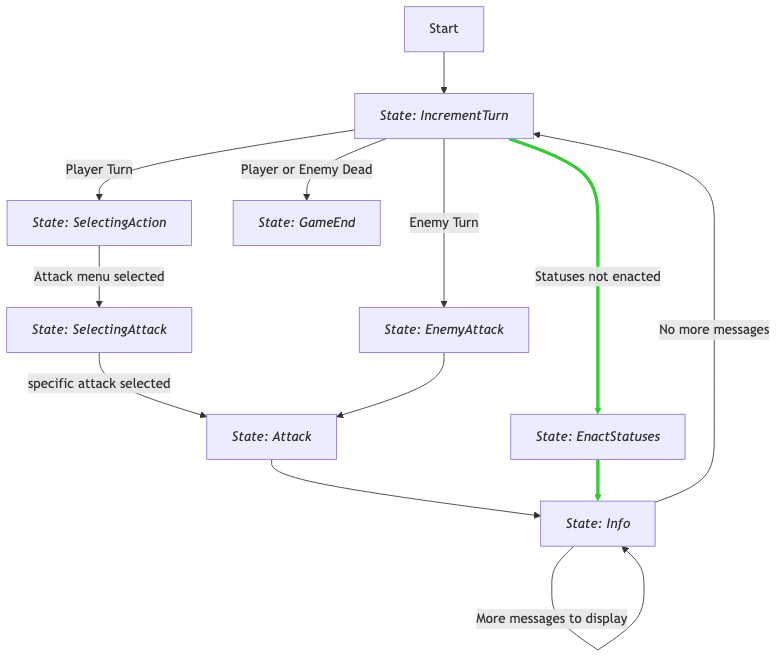
The Mermaid diagram docs/state_diagram.png in JakeTaussig/rpg-rougelike, before a commit. Its source is kept beside it as docs/state_diagram.mermaid.
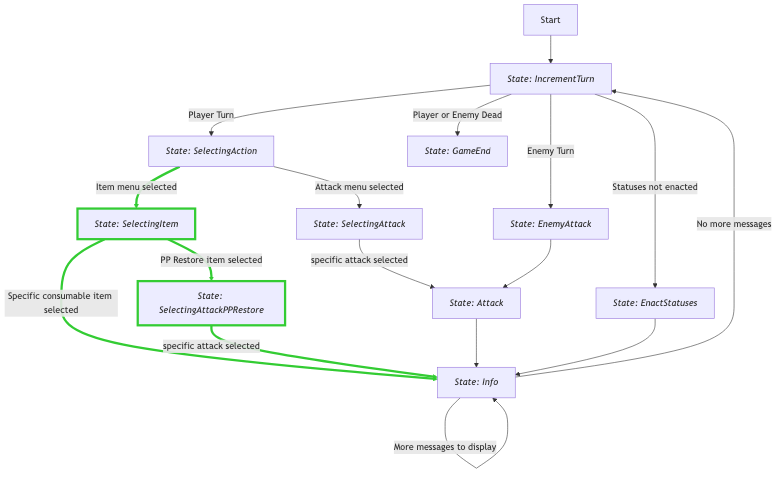
The same diagram one commit later.

Change to the diagram source:
```diff
@@ -8,6 +8,10 @@
   EnemyAttack[*State: EnemyAttack*]
   GameEnd[*State: GameEnd*]
   EnactStatuses[*State: EnactStatuses*]
+  SelectingItem[*State: SelectingItem*]
+  style SelectingItem stroke:#33cc33,stroke-width:4
+  SelectingAttackPPRestore[*State: SelectingAttackPPRestore*]
+  style SelectingAttackPPRestore stroke:#33cc33,stroke-width:4
 
   Start --> IncrementTurn
 
@@ -15,6 +19,15 @@
   SelectingAction --> |Attack menu selected| SelectingAttack
   SelectingAttack --> |specific attack selected| Attack
 
+  SelectingAction --> |Item menu selected|SelectingItem
+  linkStyle 4 stroke:#33cc33,stroke-width:4px
+  SelectingItem --> |Specific consumable item selected|Info
+  linkStyle 5 stroke:#33cc33,stroke-width:4px
+  SelectingItem --> |PP Restore item selected|SelectingAttackPPRestore
+  linkStyle 6 stroke:#33cc33,stroke-width:4px
+
+  SelectingAttackPPRestore --> |specific attack selected|Info
+  linkStyle 7 stroke:#33cc33,stroke-width:4px
 
   IncrementTurn --> |Enemy Turn| EnemyAttack
   EnemyAttack --> Attack
@@ -24,10 +37,8 @@
   IncrementTurn --> |Player or Enemy Dead| GameEnd
 
   IncrementTurn --> |Statuses not enacted| EnactStatuses
-  linkStyle 8 stroke:#33cc33,stroke-width:4px
 
   Info --> |No more messages| IncrementTurn
   Info --> |More messages to display| Info
 
   EnactStatuses --> Info
-  linkStyle 11 stroke:#33cc33,stroke-width:4px
```
